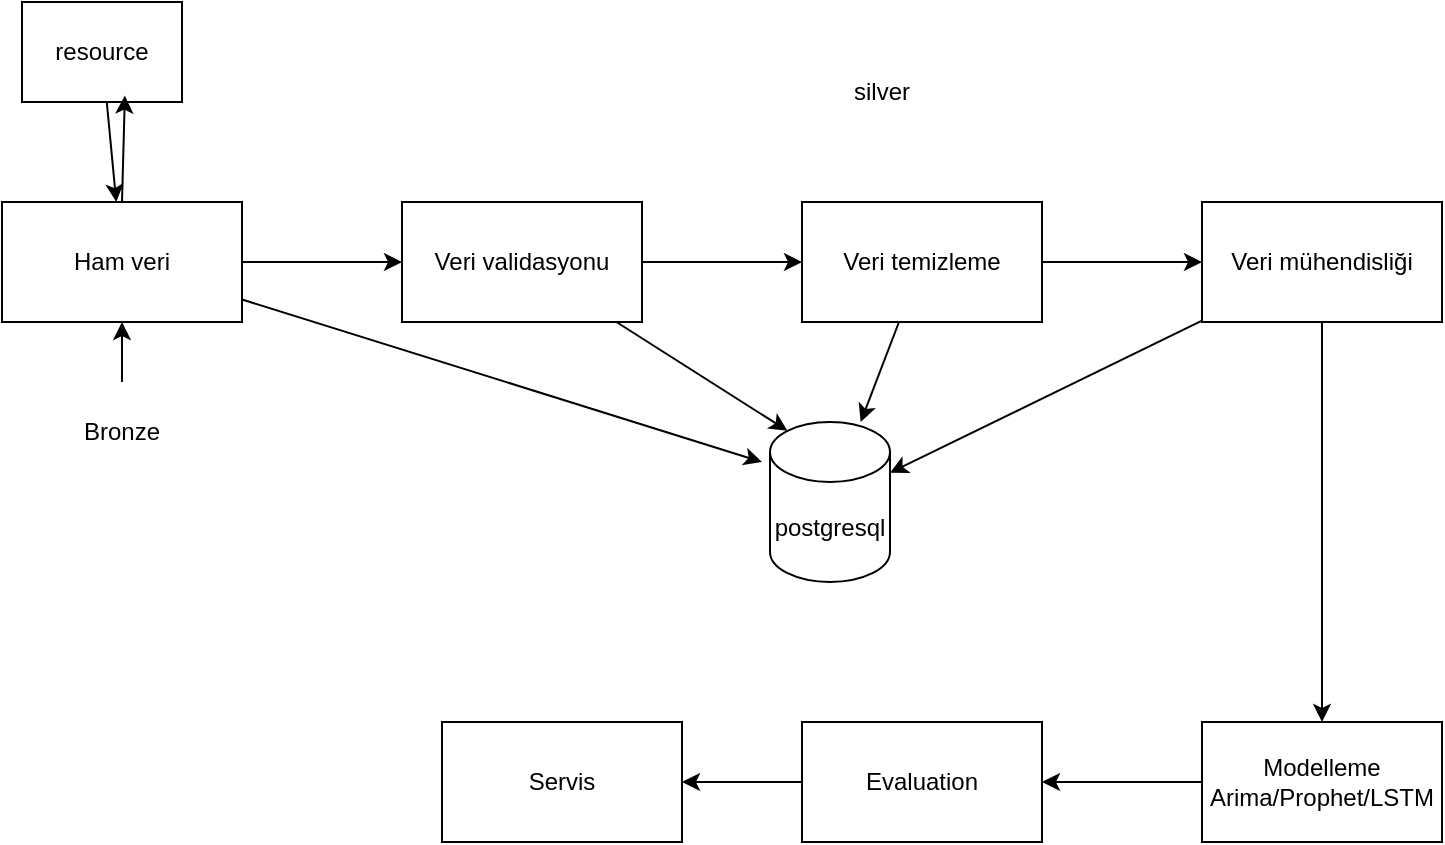
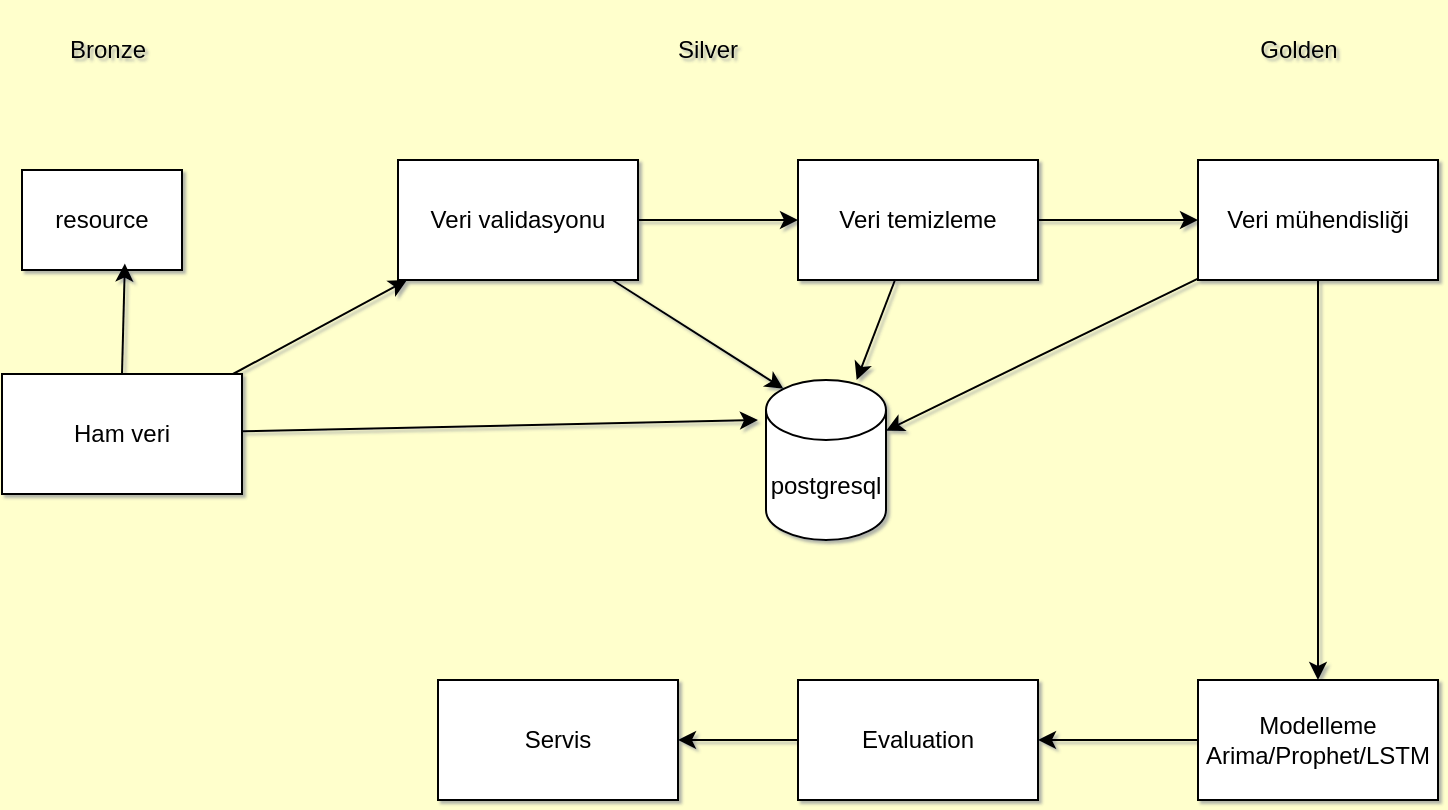
<mxfile host="65bd71144e">
    <diagram id="Di5BMOh4HMFCVeGNjLv4" name="Page-1">
-         <mxGraphModel dx="782" dy="655" grid="1" gridSize="10" guides="1" tooltips="1" connect="1" arrows="1" fold="1" page="1" pageScale="1" pageWidth="827" pageHeight="1169" math="0" shadow="0">
+         <mxGraphModel dx="1086" dy="531" grid="0" gridSize="8" guides="1" tooltips="1" connect="1" arrows="1" fold="1" page="1" pageScale="1" pageWidth="827" pageHeight="1169" background="#FFFFCC" math="0" shadow="1">
            <root>
                <mxCell id="0"/>
                <mxCell id="1" parent="0"/>
                <mxCell id="4" value="" style="edgeStyle=none;html=1;" parent="1" source="2" target="3" edge="1">
                    <mxGeometry relative="1" as="geometry"/>
                </mxCell>
                <mxCell id="2" value="Ham veri" style="rounded=0;whiteSpace=wrap;html=1;" parent="1" vertex="1">
-                     <mxGeometry x="30" y="120" width="120" height="60" as="geometry"/>
+                     <mxGeometry x="32" y="227" width="120" height="60" as="geometry"/>
                </mxCell>
                <mxCell id="6" value="" style="edgeStyle=none;html=1;" parent="1" source="3" target="5" edge="1">
                    <mxGeometry relative="1" as="geometry"/>
                </mxCell>
-                 <mxCell id="41" style="edgeStyle=none;html=1;entryX=0.145;entryY=0;entryDx=0;entryDy=4.35;entryPerimeter=0;" edge="1" parent="1" source="3" target="33">
+                 <mxCell id="41" style="edgeStyle=none;html=1;entryX=0.145;entryY=0;entryDx=0;entryDy=4.35;entryPerimeter=0;" parent="1" source="3" target="33" edge="1">
                    <mxGeometry relative="1" as="geometry"/>
                </mxCell>
                <mxCell id="3" value="Veri validasyonu" style="whiteSpace=wrap;html=1;rounded=0;" parent="1" vertex="1">
                    <mxGeometry x="230" y="120" width="120" height="60" as="geometry"/>
                </mxCell>
                <mxCell id="8" value="" style="edgeStyle=none;html=1;" parent="1" source="5" target="7" edge="1">
                    <mxGeometry relative="1" as="geometry"/>
                </mxCell>
-                 <mxCell id="42" style="edgeStyle=none;html=1;" edge="1" parent="1" source="5" target="33">
+                 <mxCell id="42" style="edgeStyle=none;html=1;" parent="1" source="5" target="33" edge="1">
                    <mxGeometry relative="1" as="geometry"/>
                </mxCell>
                <mxCell id="5" value="Veri temizleme" style="whiteSpace=wrap;html=1;rounded=0;" parent="1" vertex="1">
                    <mxGeometry x="430" y="120" width="120" height="60" as="geometry"/>
                </mxCell>
                <mxCell id="10" value="" style="edgeStyle=none;html=1;" parent="1" source="7" target="9" edge="1">
                    <mxGeometry relative="1" as="geometry"/>
                </mxCell>
-                 <mxCell id="43" style="edgeStyle=none;html=1;" edge="1" parent="1" source="7" target="33">
+                 <mxCell id="43" style="edgeStyle=none;html=1;" parent="1" source="7" target="33" edge="1">
                    <mxGeometry relative="1" as="geometry"/>
                </mxCell>
                <mxCell id="7" value="Veri mühendisliği" style="whiteSpace=wrap;html=1;rounded=0;" parent="1" vertex="1">
                    <mxGeometry x="630" y="120" width="120" height="60" as="geometry"/>
                </mxCell>
                <mxCell id="12" value="" style="edgeStyle=none;html=1;" parent="1" source="9" target="11" edge="1">
                    <mxGeometry relative="1" as="geometry"/>
                </mxCell>
                <mxCell id="9" value="Modelleme&lt;br&gt;Arima/Prophet/LSTM" style="whiteSpace=wrap;html=1;rounded=0;" parent="1" vertex="1">
                    <mxGeometry x="630" y="380" width="120" height="60" as="geometry"/>
                </mxCell>
                <mxCell id="14" value="" style="edgeStyle=none;html=1;" parent="1" source="11" target="13" edge="1">
                    <mxGeometry relative="1" as="geometry"/>
                </mxCell>
                <mxCell id="11" value="Evaluation" style="whiteSpace=wrap;html=1;rounded=0;" parent="1" vertex="1">
                    <mxGeometry x="430" y="380" width="120" height="60" as="geometry"/>
                </mxCell>
                <mxCell id="13" value="Servis" style="whiteSpace=wrap;html=1;rounded=0;" parent="1" vertex="1">
                    <mxGeometry x="250" y="380" width="120" height="60" as="geometry"/>
                </mxCell>
-                 <mxCell id="16" style="edgeStyle=none;html=1;" edge="1" parent="1" source="15" target="2">
+                 <mxCell id="15" value="Bronze" style="text;html=1;align=center;verticalAlign=middle;whiteSpace=wrap;rounded=0;" parent="1" vertex="1">
+                     <mxGeometry x="55" y="40" width="60" height="50" as="geometry"/>
+                 </mxCell>
+                 <mxCell id="17" value="Silver" style="text;html=1;align=center;verticalAlign=middle;whiteSpace=wrap;rounded=0;" parent="1" vertex="1">
+                     <mxGeometry x="220" y="50" width="330" height="30" as="geometry"/>
+                 </mxCell>
+                 <mxCell id="33" value="postgresql" style="shape=cylinder3;whiteSpace=wrap;html=1;boundedLbl=1;backgroundOutline=1;size=15;" parent="1" vertex="1">
+                     <mxGeometry x="414" y="230" width="60" height="80" as="geometry"/>
+                 </mxCell>
+                 <mxCell id="34" value="resource" style="rounded=0;whiteSpace=wrap;html=1;" parent="1" vertex="1">
+                     <mxGeometry x="42" y="125" width="80" height="50" as="geometry"/>
+                 </mxCell>
+                 <mxCell id="37" style="edgeStyle=none;html=1;exitX=0.5;exitY=0;exitDx=0;exitDy=0;entryX=0.643;entryY=0.936;entryDx=0;entryDy=0;entryPerimeter=0;" parent="1" source="2" target="34" edge="1">
                    <mxGeometry relative="1" as="geometry"/>
                </mxCell>
-                 <mxCell id="15" value="Bronze" style="text;html=1;align=center;verticalAlign=middle;whiteSpace=wrap;rounded=0;" vertex="1" parent="1">
-                     <mxGeometry x="60" y="210" width="60" height="50" as="geometry"/>
-                 </mxCell>
-                 <mxCell id="17" value="silver" style="text;html=1;align=center;verticalAlign=middle;whiteSpace=wrap;rounded=0;" vertex="1" parent="1">
-                     <mxGeometry x="220" y="50" width="500" height="30" as="geometry"/>
-                 </mxCell>
-                 <mxCell id="33" value="postgresql" style="shape=cylinder3;whiteSpace=wrap;html=1;boundedLbl=1;backgroundOutline=1;size=15;" vertex="1" parent="1">
-                     <mxGeometry x="414" y="230" width="60" height="80" as="geometry"/>
-                 </mxCell>
-                 <mxCell id="38" style="edgeStyle=none;html=1;" edge="1" parent="1" source="34" target="2">
-                     <mxGeometry relative="1" as="geometry"/>
-                 </mxCell>
-                 <mxCell id="34" value="resource" style="rounded=0;whiteSpace=wrap;html=1;" vertex="1" parent="1">
-                     <mxGeometry x="40" y="20" width="80" height="50" as="geometry"/>
-                 </mxCell>
-                 <mxCell id="37" style="edgeStyle=none;html=1;exitX=0.5;exitY=0;exitDx=0;exitDy=0;entryX=0.643;entryY=0.936;entryDx=0;entryDy=0;entryPerimeter=0;" edge="1" parent="1" source="2" target="34">
-                     <mxGeometry relative="1" as="geometry"/>
-                 </mxCell>
-                 <mxCell id="40" style="edgeStyle=none;html=1;" edge="1" parent="1" source="2">
+                 <mxCell id="40" style="edgeStyle=none;html=1;" parent="1" source="2" edge="1">
                    <mxGeometry relative="1" as="geometry">
                        <mxPoint x="410" y="250" as="targetPoint"/>
                    </mxGeometry>
+                 </mxCell>
+                 <mxCell id="44" value="Golden" style="text;html=1;align=center;verticalAlign=middle;resizable=0;points=[];autosize=1;strokeColor=none;fillColor=none;" vertex="1" parent="1">
+                     <mxGeometry x="650" y="50" width="60" height="30" as="geometry"/>
                </mxCell>
            </root>
        </mxGraphModel>
    </diagram>
</mxfile>